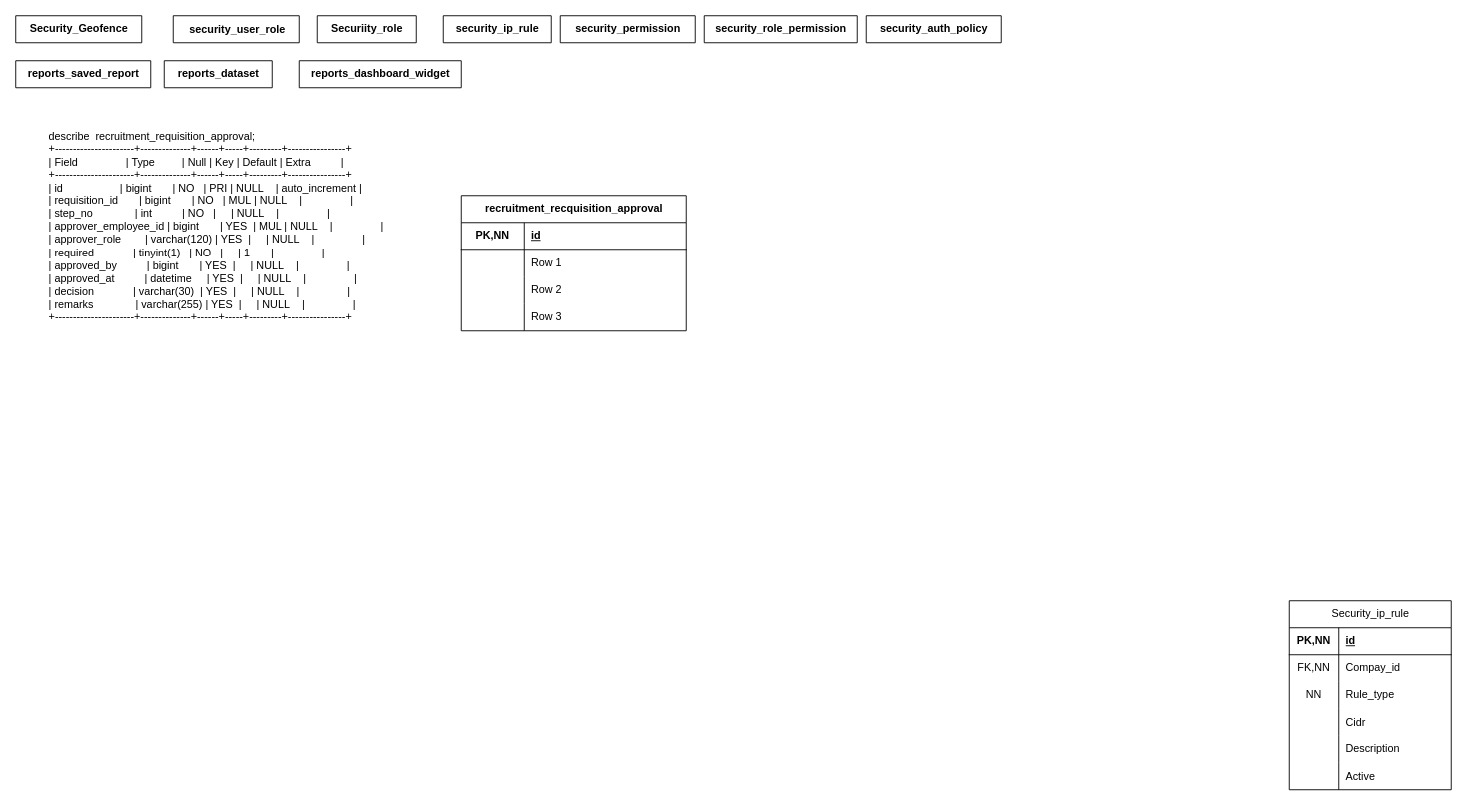
Shreya-Kosabe-07/hrms_flows2 keeps this draw.io diagram as Untitled Diagram.drawio. Above is the earlier version. Source tidied: cells renumbered, new cells numbered last; positions are measured from the earlier drawing's top-left corner, leaving out a move shared by most shapes. Both pictures are drawn from the tidied source at 90%, with x=0, y=0 at pixel (15, 15).
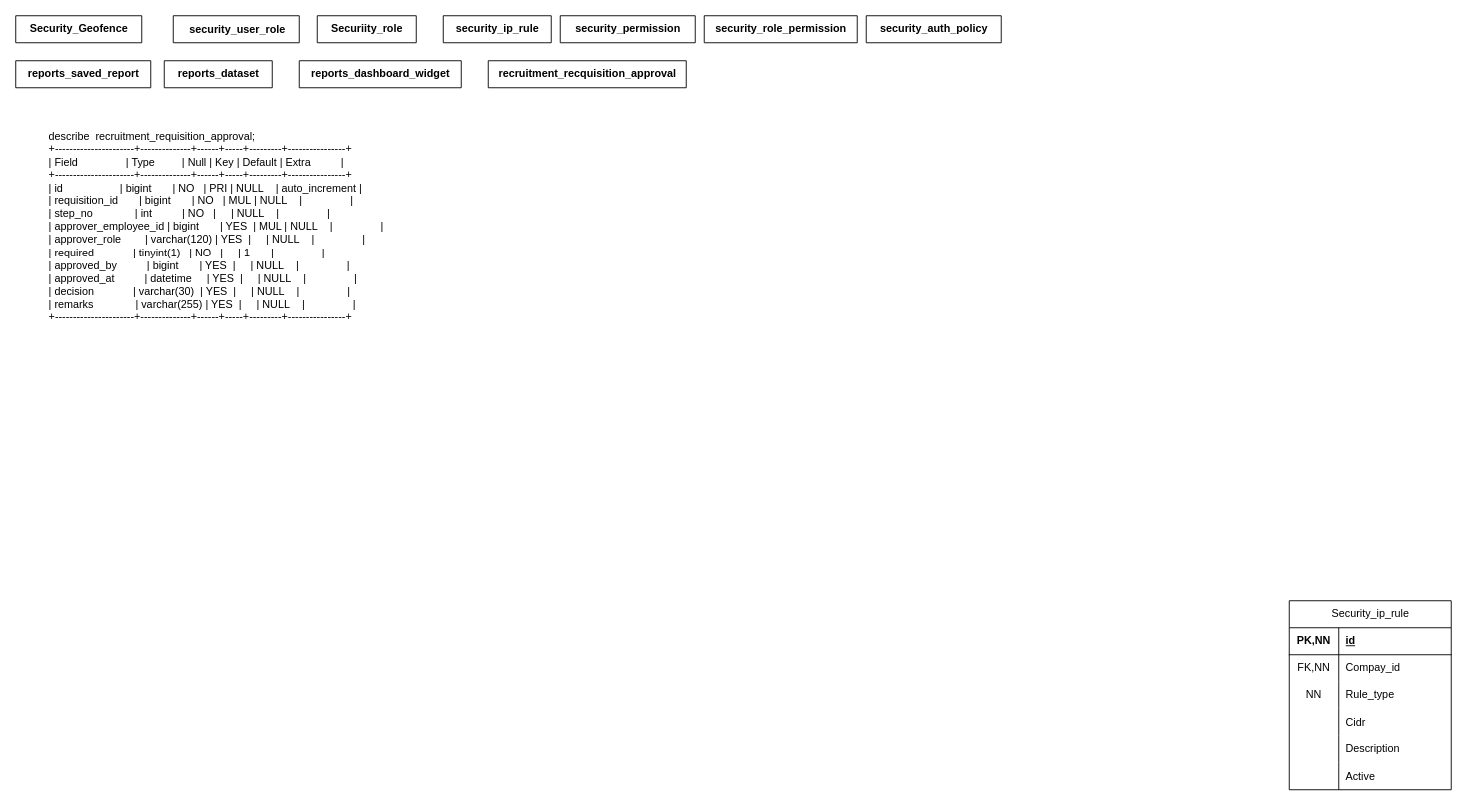
Above is the later version.

Diff of the diagram source:
```diff
@@
-    <mxCell id="32" value="recruitment_recquisition_approval" style="shape=table;startSize=30;childLayout=tableLayout;rowLines=0;fontStyle=1;align=center;html=1;" parent="1" vertex="1">
-      <mxGeometry x="495" y="200" width="250" height="150" as="geometry" />
+    <mxCell id="32" value="recruitment_recquisition_approval" style="shape=table;startSize=30;childLayout=tableLayout;rowLines=0;fontStyle=1;align=center;html=1;" parent="1" vertex="1" collapsed="1">
+      <mxGeometry x="525" y="50" width="220" height="30" as="geometry" />
     </mxCell>
-    <mxCell id="33" style="shape=tableRow;horizontal=0;startSize=0;swimlaneHead=0;swimlaneBody=0;fillColor=none;top=0;left=0;right=0;bottom=1;" parent="32" vertex="1">
-      <mxGeometry y="30" width="250" height="30" as="geometry" />
-    </mxCell>
-    <mxCell id="34" value="PK,NN" style="shape=partialRectangle;fillColor=none;top=0;left=0;bottom=0;right=0;fontStyle=1;overflow=hidden;whiteSpace=wrap;html=1;" parent="33" vertex="1">
-      <mxGeometry width="70" height="30" as="geometry" />
-    </mxCell>
-    <mxCell id="35" value="id" style="shape=partialRectangle;fillColor=none;top=0;left=0;bottom=0;right=0;align=left;spacingLeft=6;fontStyle=5;overflow=hidden;whiteSpace=wrap;html=1;" parent="33" vertex="1">
-      <mxGeometry x="70" width="180" height="30" as="geometry" />
-    </mxCell>
-    <mxCell id="36" style="shape=tableRow;horizontal=0;startSize=0;swimlaneHead=0;swimlaneBody=0;fillColor=none;top=0;left=0;right=0;bottom=0;" parent="32" vertex="1">
-      <mxGeometry y="60" width="250" height="30" as="geometry" />
-    </mxCell>
-    <mxCell id="37" style="shape=partialRectangle;fillColor=none;top=0;left=0;bottom=0;right=0;overflow=hidden;whiteSpace=wrap;html=1;" parent="36" vertex="1">
-      <mxGeometry width="70" height="30" as="geometry" />
-    </mxCell>
-    <mxCell id="38" value="Row 1" style="shape=partialRectangle;fillColor=none;top=0;left=0;bottom=0;right=0;align=left;spacingLeft=6;overflow=hidden;whiteSpace=wrap;html=1;" parent="36" vertex="1">
-      <mxGeometry x="70" width="180" height="30" as="geometry" />
-    </mxCell>
-    <mxCell id="39" style="shape=tableRow;horizontal=0;startSize=0;swimlaneHead=0;swimlaneBody=0;fillColor=none;top=0;left=0;right=0;bottom=0;" parent="32" vertex="1">
-      <mxGeometry y="90" width="250" height="30" as="geometry" />
-    </mxCell>
-    <mxCell id="40" style="shape=partialRectangle;fillColor=none;top=0;left=0;bottom=0;right=0;overflow=hidden;whiteSpace=wrap;html=1;" parent="39" vertex="1">
-      <mxGeometry width="70" height="30" as="geometry" />
-    </mxCell>
-    <mxCell id="41" value="Row 2" style="shape=partialRectangle;fillColor=none;top=0;left=0;bottom=0;right=0;align=left;spacingLeft=6;overflow=hidden;whiteSpace=wrap;html=1;" parent="39" vertex="1">
-      <mxGeometry x="70" width="180" height="30" as="geometry" />
-    </mxCell>
-    <mxCell id="42" style="shape=tableRow;horizontal=0;startSize=0;swimlaneHead=0;swimlaneBody=0;fillColor=none;top=0;left=0;right=0;bottom=0;" parent="32" vertex="1">
-      <mxGeometry y="120" width="250" height="30" as="geometry" />
-    </mxCell>
-    <mxCell id="43" style="shape=partialRectangle;fillColor=none;top=0;left=0;bottom=0;right=0;overflow=hidden;whiteSpace=wrap;html=1;" parent="42" vertex="1">
-      <mxGeometry width="70" height="30" as="geometry" />
-    </mxCell>
-    <mxCell id="44" value="Row 3" style="shape=partialRectangle;fillColor=none;top=0;left=0;bottom=0;right=0;align=left;spacingLeft=6;overflow=hidden;whiteSpace=wrap;html=1;" parent="42" vertex="1">
-      <mxGeometry x="70" width="180" height="30" as="geometry" />
-    </mxCell>
```
